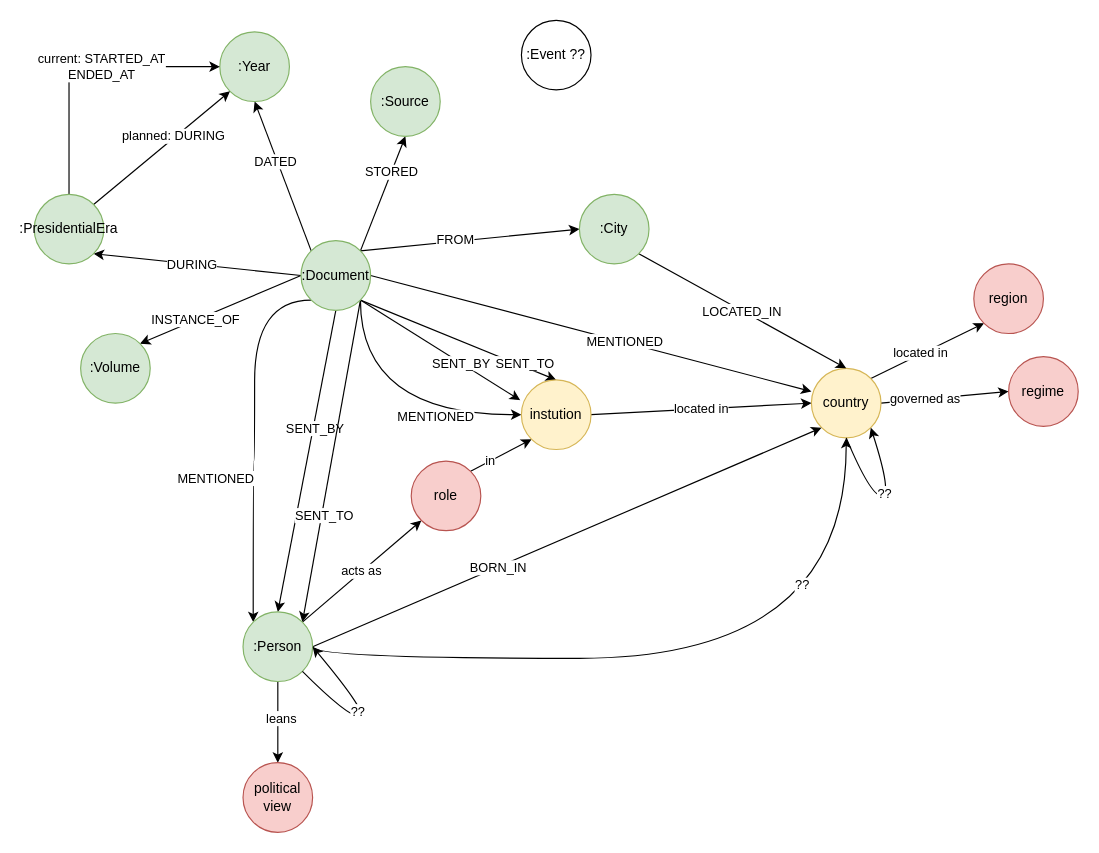
The draw.io diagram frus_kg-2.drawio in gozsoy/decipher-frus, before the edit. Source tidied: cells renumbered, new cells numbered last; positions are measured from the earlier drawing's top-left corner, leaving out a move shared by most shapes. Both pictures are drawn from the tidied source at 116%, with x=0, y=0 at pixel (34, 20).
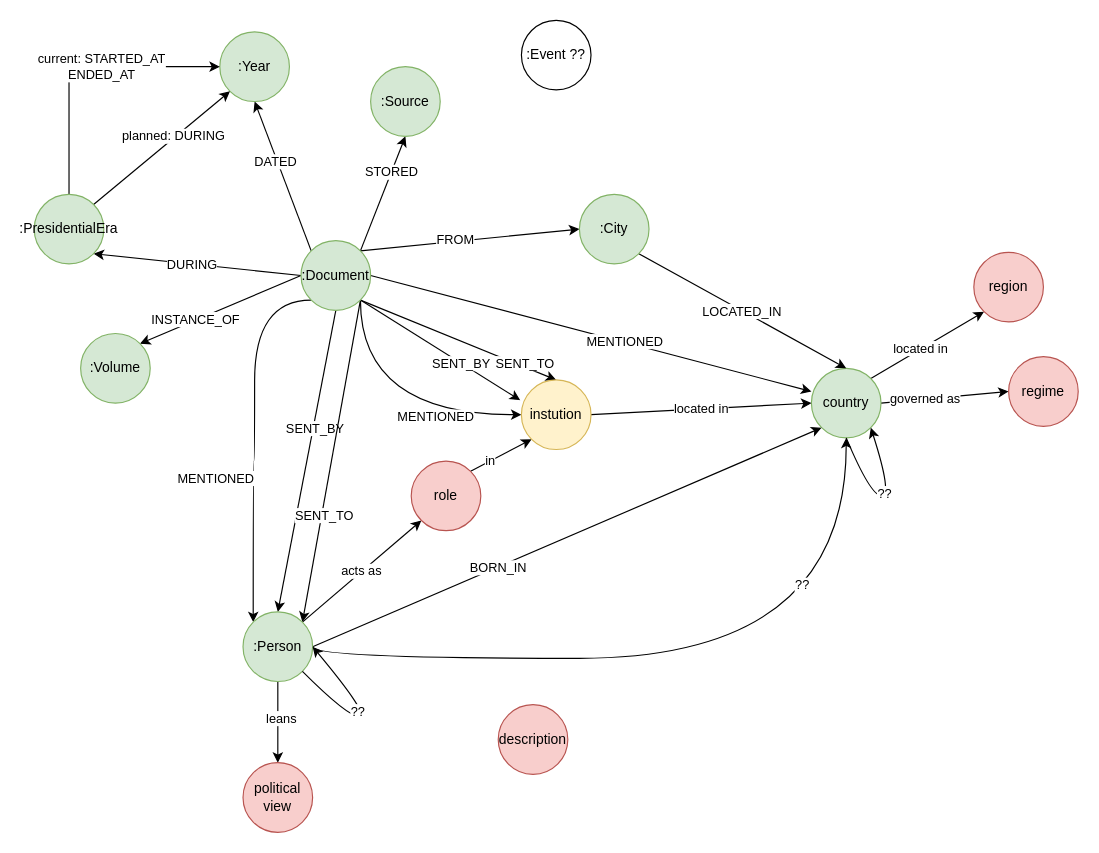
Above is the later version.

The edit, as a diff of the source:
```diff
@@
-    <mxCell id="33" value="country" style="ellipse;whiteSpace=wrap;html=1;fillColor=#fff2cc;strokeColor=#d6b656;" parent="1" vertex="1">
+    <mxCell id="33" value="country" style="ellipse;whiteSpace=wrap;html=1;fillColor=#d5e8d4;strokeColor=#82b366;" parent="1" vertex="1">
       <mxGeometry x="670" y="300" width="60" height="60" as="geometry" />
     </mxCell>
@@
     <mxCell id="49" value="region" style="ellipse;whiteSpace=wrap;html=1;fillColor=#f8cecc;strokeColor=#b85450;" parent="1" vertex="1">
-      <mxGeometry x="810" y="210" width="60" height="60" as="geometry" />
+      <mxGeometry x="810" y="200" width="60" height="60" as="geometry" />
     </mxCell>
@@
+    <mxCell id="63" value="description" style="ellipse;whiteSpace=wrap;html=1;fillColor=#f8cecc;strokeColor=#b85450;" parent="1" vertex="1">
+      <mxGeometry x="400" y="590" width="60" height="60" as="geometry" />
+    </mxCell>
```
